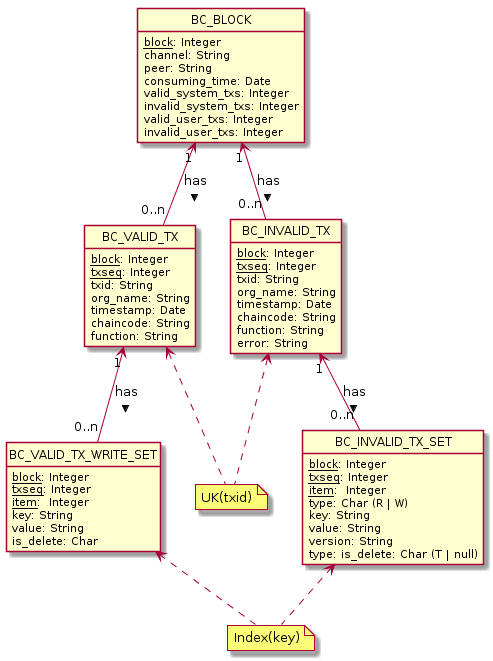
Above: applications/block-consumer/images/diagrama-de-entidad-relaciones.png in padfed/padfed-doc (PlantUML), before the change.
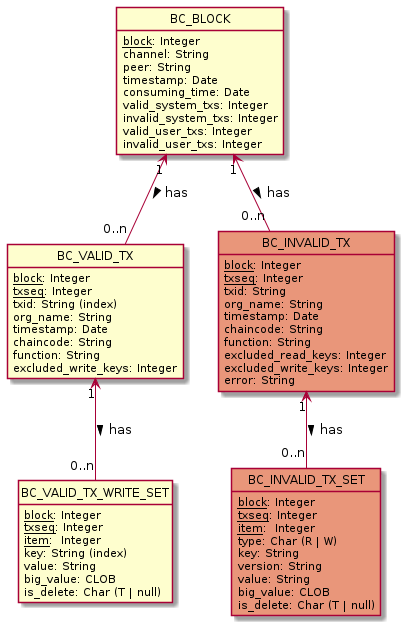
After the commit.

Commit message:
separo la seccion de base de datos en otro README; - actualizo el modelo de datos a block-consumer v2; - agrego especificacion de funciones; - agrego diccionario de datos

Diff of the diagram source:
```diff
@@ -1,12 +1,15 @@
-@startuml
+@startuml diagrama-de-entidad-relaciones
+
+!define primary_key(x) <u>x</u>
 
 hide circle
 hide methods
 
 class BC_BLOCK {
-	  <u>block</u>: Integer
+	  primary_key(block): Integer
       channel: String
 	  peer: String
+	  timestamp: Date
 	  consuming_time: Date
 	  valid_system_txs: Integer
 	  invalid_system_txs: Integer
@@ -15,44 +18,49 @@
 }
 
 class BC_VALID_TX {
-	  <u>block</u>: Integer
-	  <u>txseq</u>: Integer
+	  primary_key(block): Integer
+	  primary_key(txseq): Integer
+	  {field} txid: String (index)
+	  org_name: String
+	  timestamp: Date
+	  chaincode: String
+	  function: String
+	  excluded_write_keys: Integer
+}
+
+class BC_INVALID_TX #DarkSalmon {
+      primary_key(block): Integer
+	  primary_key(txseq): Integer
 	  txid: String
 	  org_name: String
 	  timestamp: Date
 	  chaincode: String
 	  function: String
-}
-
-class BC_INVALID_TX {
-      <u>block</u>: Integer
-	  <u>txseq</u>: Integer
-	  txid: String
-	  org_name: String
-	  timestamp: Date
-	  chaincode: String
-	  function: String
+	  excluded_read_keys: Integer
+	  excluded_write_keys: Integer
 	  error: String
 	  }
 
 class BC_VALID_TX_WRITE_SET {
-      <u>block</u>: Integer
-	  <u>txseq</u>: Integer
-	  <u>item</u>:  Integer
-	  key: String
+      primary_key(block): Integer
+	  primary_key(txseq): Integer
+	  primary_key(item):  Integer
+	  {field} key: String (index)
 	  value: String
-	  is_delete: Char
+	  big_value: CLOB
+	  {field} is_delete: Char (T | null)
 }
 
-class BC_INVALID_TX_SET {
-      <u>block</u>: Integer
-	  <u>txseq</u>: Integer
-	  <u>item</u>:  Integer
+class BC_INVALID_TX_SET #DarkSalmon {
+      primary_key(block): Integer
+	  primary_key(txseq): Integer
+	  primary_key(item):  Integer
 	  {field} type: Char (R | W)
 	  key: String
+	  version: String
 	  value: String
-	  version: String
-	  {field} type: is_delete: Char (T | null)
+	  big_value: CLOB
+	  {field} is_delete: Char (T | null)
 }
 
 BC_VALID_TX --[hidden]right> BC_INVALID_TX
@@ -62,11 +70,4 @@
 BC_INVALID_TX_SET "0..n" --up> "1" BC_INVALID_TX : < has
 BC_VALID_TX_WRITE_SET "0..n" --up> "1" BC_VALID_TX : < has
 
-note "UK(txid)" as NOTE_UK_TXID
-NOTE_UK_TXID ..up> BC_VALID_TX
-NOTE_UK_TXID ..up> BC_INVALID_TX
-
-note "Index(key)" as NOTE_INDEX_KEY
-NOTE_INDEX_KEY ..up> BC_VALID_TX_WRITE_SET
-NOTE_INDEX_KEY ..up> BC_INVALID_TX_SET
 @enduml
```
